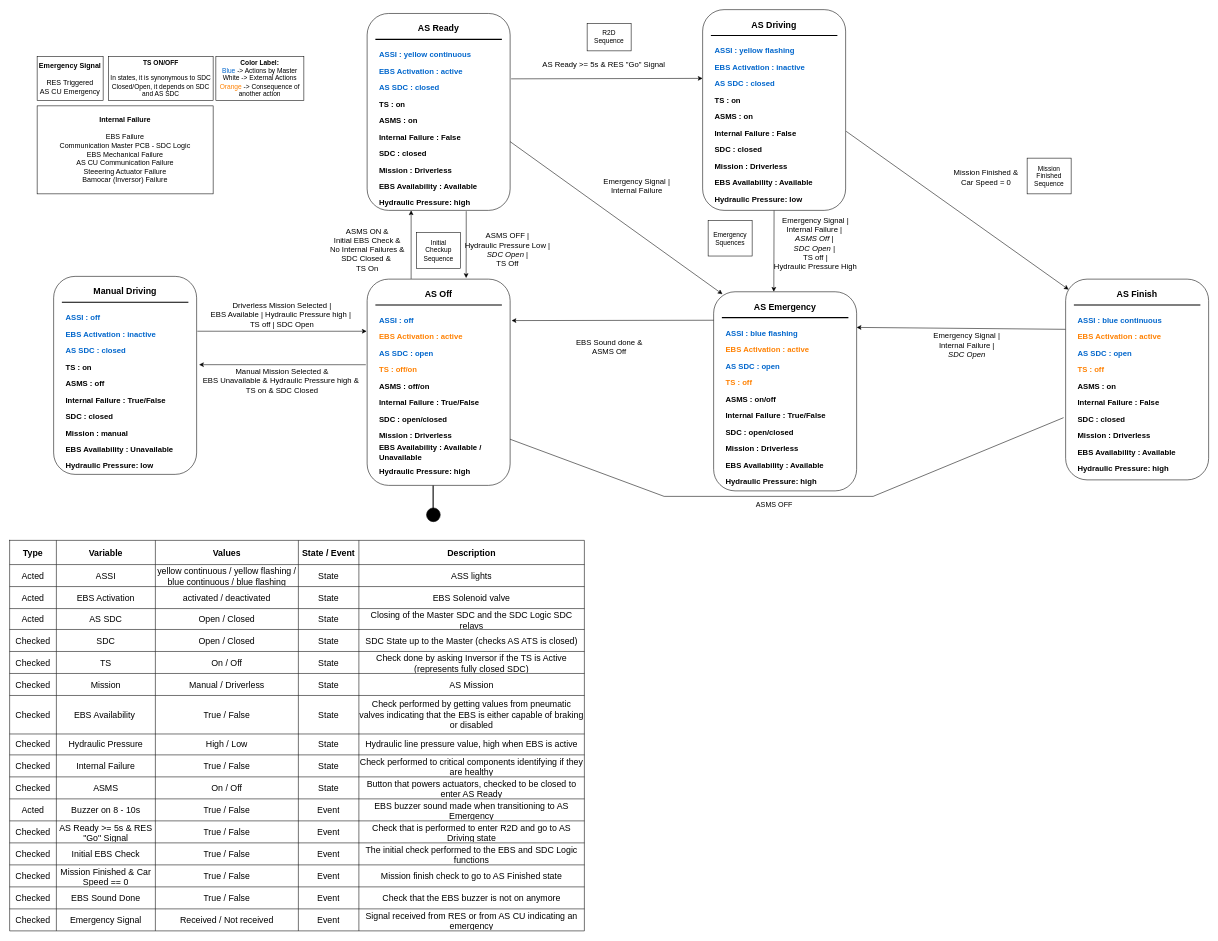
The draw.io diagram docs/diagrams/Master/AS-state-machine.drawio in fs-feup/el-sw, before the edit. Source tidied: cells renumbered, new cells numbered last; positions are measured from the earlier drawing's top-left corner, leaving out a move shared by most shapes. Both pictures are drawn from the tidied source at 55%, with x=0, y=0 at pixel (9, 9).
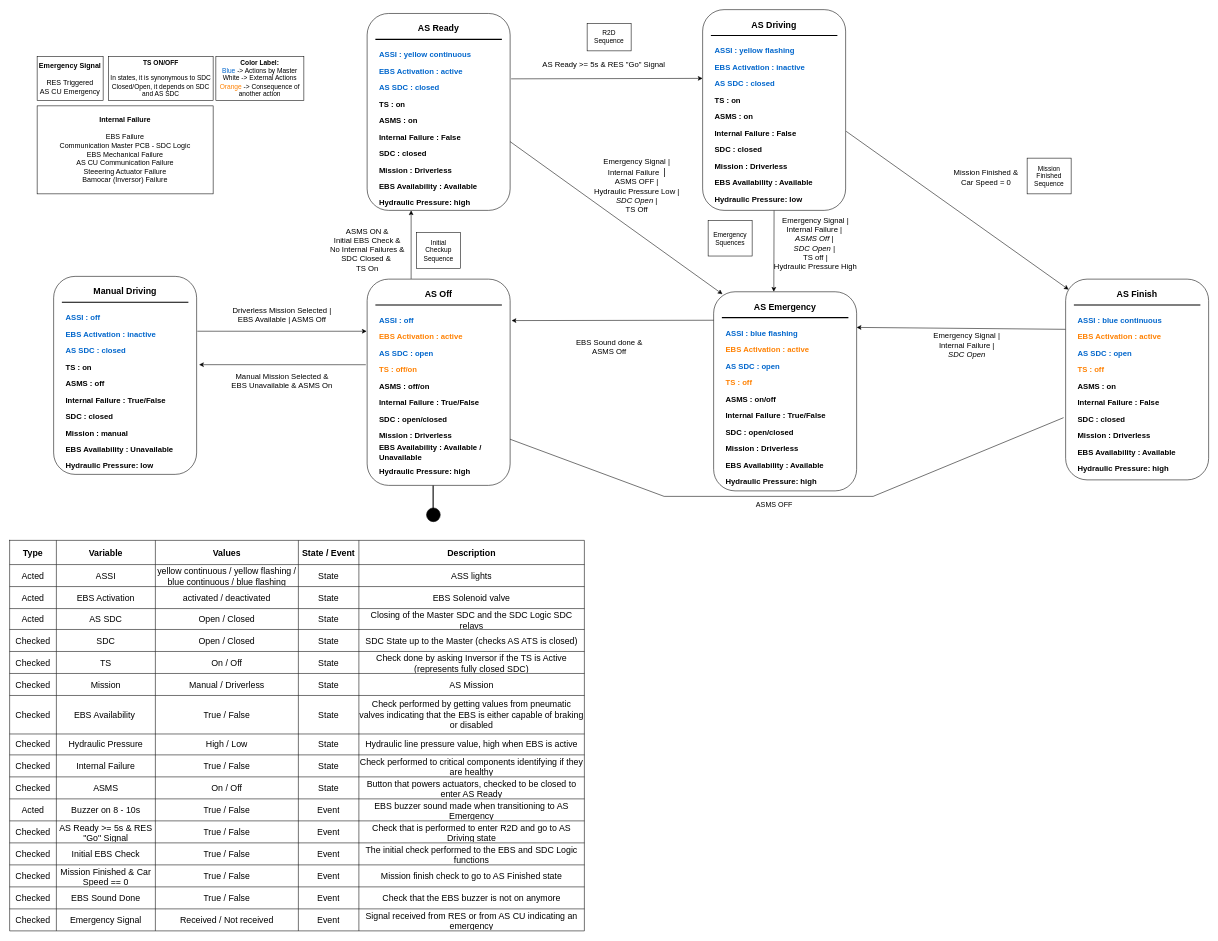
After the change.

The change refers to these unchanged cells:
```xml
<mxCell id="3" style="rounded=1;whiteSpace=wrap;html=1;" parent="1" vertex="1">
  <mxGeometry x="650" y="7" width="260" height="358" as="geometry" />
</mxCell>
```

The edit, as a diff of the source:
```diff
@@
-    <mxCell id="2" style="edgeStyle=orthogonalEdgeStyle;rounded=0;jettySize=auto;html=1;exitX=0.693;exitY=1.004;exitDx=0;exitDy=0;exitPerimeter=0;" parent="1" edge="1" source="3">
-      <mxGeometry relative="1" as="geometry">
-        <mxPoint x="830" y="488" as="targetPoint" />
-      </mxGeometry>
-    </mxCell>
@@
-    <mxCell id="12" value="&lt;font style=&quot;font-size: 14px;&quot;&gt;ASMS OFF |&lt;br&gt;Hydraulic Pressure Low |&lt;/font&gt;&lt;div&gt;&lt;i style=&quot;font-size: 14px;&quot;&gt;SDC Open&lt;/i&gt;&lt;span style=&quot;font-size: 14px;&quot;&gt;&amp;nbsp;|&lt;/span&gt;&lt;span style=&quot;font-size: 14px;&quot;&gt;&lt;br&gt;&lt;/span&gt;&lt;div&gt;&lt;font style=&quot;font-size: 14px;&quot;&gt;TS Off&lt;/font&gt;&lt;/div&gt;&lt;/div&gt;" style="text;html=1;align=center;verticalAlign=middle;strokeColor=none;fillColor=none;fontStyle=0;" parent="1" vertex="1">
-      <mxGeometry x="820" y="395.5" width="170" height="80" as="geometry" />
-    </mxCell>
-    <mxCell id="13" value="&lt;span style=&quot;font-size: 14px;&quot;&gt;Driverless Mission Selected |&lt;br&gt;&lt;/span&gt;&lt;div&gt;&lt;span style=&quot;font-size: 14px;&quot;&gt;EBS Available | Hydraulic Pressure high |&amp;nbsp;&lt;/span&gt;&lt;/div&gt;&lt;div&gt;&lt;span style=&quot;font-size: 14px;&quot;&gt;TS off | SDC Open&lt;/span&gt;&lt;span style=&quot;font-size: 14px;&quot;&gt;&lt;br&gt;&lt;/span&gt;&lt;/div&gt;" style="text;html=1;align=center;verticalAlign=middle;strokeColor=none;fillColor=none;fontStyle=0;" parent="1" vertex="1">
-      <mxGeometry x="365" y="525" width="260" height="60" as="geometry" />
+    <mxCell id="13" value="&lt;span style=&quot;font-size: 14px;&quot;&gt;Driverless Mission Selected |&lt;br&gt;&lt;/span&gt;&lt;div&gt;&lt;span style=&quot;font-size: 14px;&quot;&gt;EBS Available | ASMS Off&lt;br&gt;&lt;/span&gt;&lt;/div&gt;" style="text;html=1;align=center;verticalAlign=middle;strokeColor=none;fillColor=none;fontStyle=0;" parent="1" vertex="1">
+      <mxGeometry x="395" y="530" width="200" height="50" as="geometry" />
     </mxCell>
-    <mxCell id="14" value="&lt;span style=&quot;font-size: 14px;&quot;&gt;Manual Mission Selected &amp;amp;&lt;br&gt;&lt;/span&gt;&lt;div&gt;&lt;span style=&quot;font-size: 14px;&quot;&gt;EBS Unavailable &amp;amp; Hydraulic Pressure high &amp;amp;&amp;nbsp;&lt;/span&gt;&lt;/div&gt;&lt;div&gt;&lt;span style=&quot;font-size: 14px;&quot;&gt;TS on &amp;amp;&amp;nbsp;&lt;/span&gt;&lt;span style=&quot;font-size: 14px; background-color: initial;&quot;&gt;SDC Closed&lt;/span&gt;&lt;/div&gt;" style="text;html=1;align=center;verticalAlign=middle;strokeColor=none;fillColor=none;fontStyle=0;" parent="1" vertex="1">
-      <mxGeometry x="350" y="645" width="290" height="60" as="geometry" />
+    <mxCell id="14" value="&lt;span style=&quot;font-size: 14px;&quot;&gt;Manual Mission Selected &amp;amp;&lt;br&gt;&lt;/span&gt;&lt;div&gt;&lt;span style=&quot;font-size: 14px;&quot;&gt;EBS Unavailable &amp;amp; ASMS On&lt;br&gt;&lt;/span&gt;&lt;/div&gt;" style="text;html=1;align=center;verticalAlign=middle;strokeColor=none;fillColor=none;fontStyle=0;" parent="1" vertex="1">
+      <mxGeometry x="390" y="650" width="210" height="50" as="geometry" />
     </mxCell>
@@
-    <mxCell id="30" value="&lt;font style=&quot;font-size: 14px;&quot;&gt;Emergency Signal |&lt;br&gt;Internal Failure&lt;/font&gt;" style="text;html=1;align=center;verticalAlign=middle;strokeColor=none;fillColor=none;fontStyle=0;fontSize=13;" parent="1" vertex="1">
-      <mxGeometry x="1075" y="295" width="130" height="50" as="geometry" />
+    <mxCell id="30" value="&lt;font style=&quot;font-size: 14px;&quot;&gt;Emergency Signal |&lt;br&gt;&lt;/font&gt;&lt;div&gt;&lt;font style=&quot;font-size: 14px;&quot;&gt;Internal Failure&lt;/font&gt;&amp;nbsp; &lt;font size=&quot;3&quot;&gt;| &lt;br&gt;&lt;/font&gt;&lt;/div&gt;&lt;div&gt;&lt;font style=&quot;font-size: 14px;&quot;&gt;ASMS OFF |&lt;/font&gt;&lt;/div&gt;&lt;font style=&quot;font-size: 14px;&quot;&gt;Hydraulic Pressure Low |&lt;/font&gt;&lt;div&gt;&lt;i style=&quot;font-size: 14px;&quot;&gt;SDC Open&lt;/i&gt;&lt;span style=&quot;font-size: 14px;&quot;&gt;&amp;nbsp;|&lt;/span&gt;&lt;span style=&quot;font-size: 14px;&quot;&gt;&lt;br&gt;&lt;/span&gt;&lt;div&gt;&lt;font style=&quot;font-size: 14px;&quot;&gt;TS Off&lt;/font&gt;&lt;/div&gt;&lt;/div&gt;" style="text;html=1;align=center;verticalAlign=middle;strokeColor=none;fillColor=none;fontStyle=0;fontSize=13;" parent="1" vertex="1">
+      <mxGeometry x="1050" y="260" width="180" height="120" as="geometry" />
     </mxCell>
```
